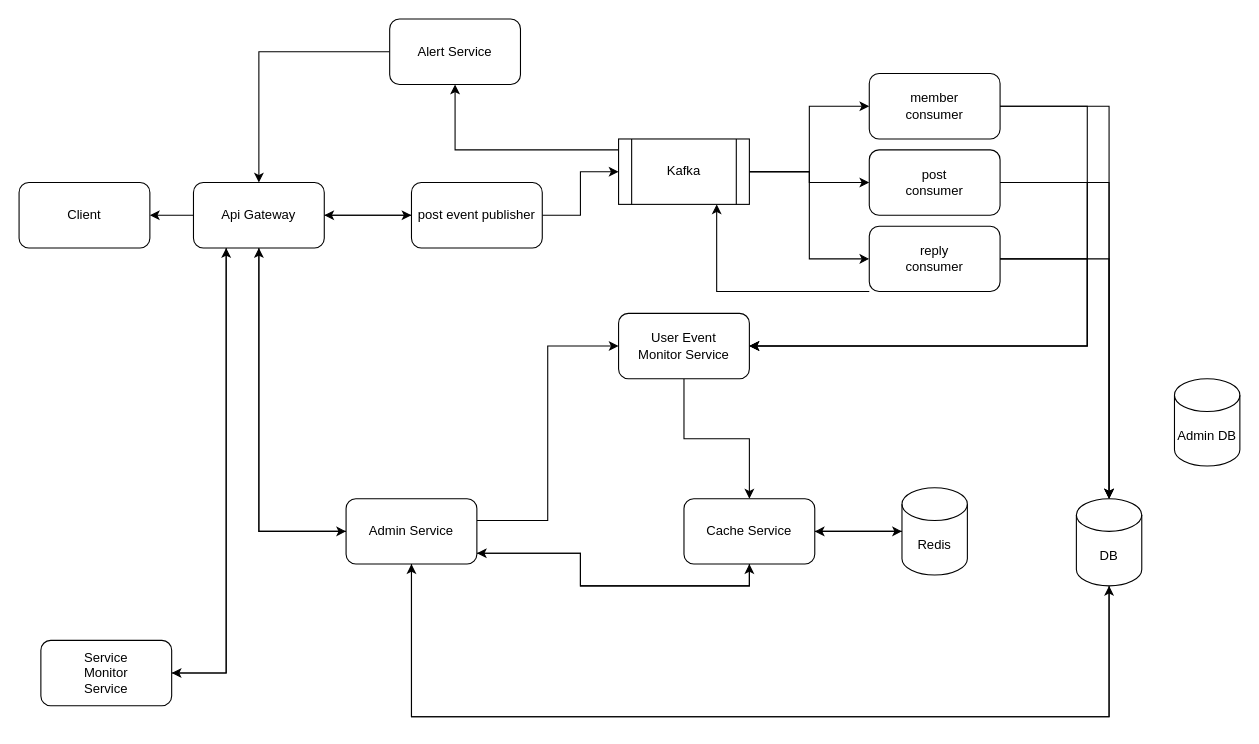
This is architecture.drawio from mothership2002/Doodle, a draw.io file, before an edit. Source tidied: cells renumbered, new cells numbered last; positions are measured from the earlier drawing's top-left corner, leaving out a move shared by most shapes. Both pictures are drawn from the tidied source at 109%, with x=0, y=0 at pixel (19, 19).
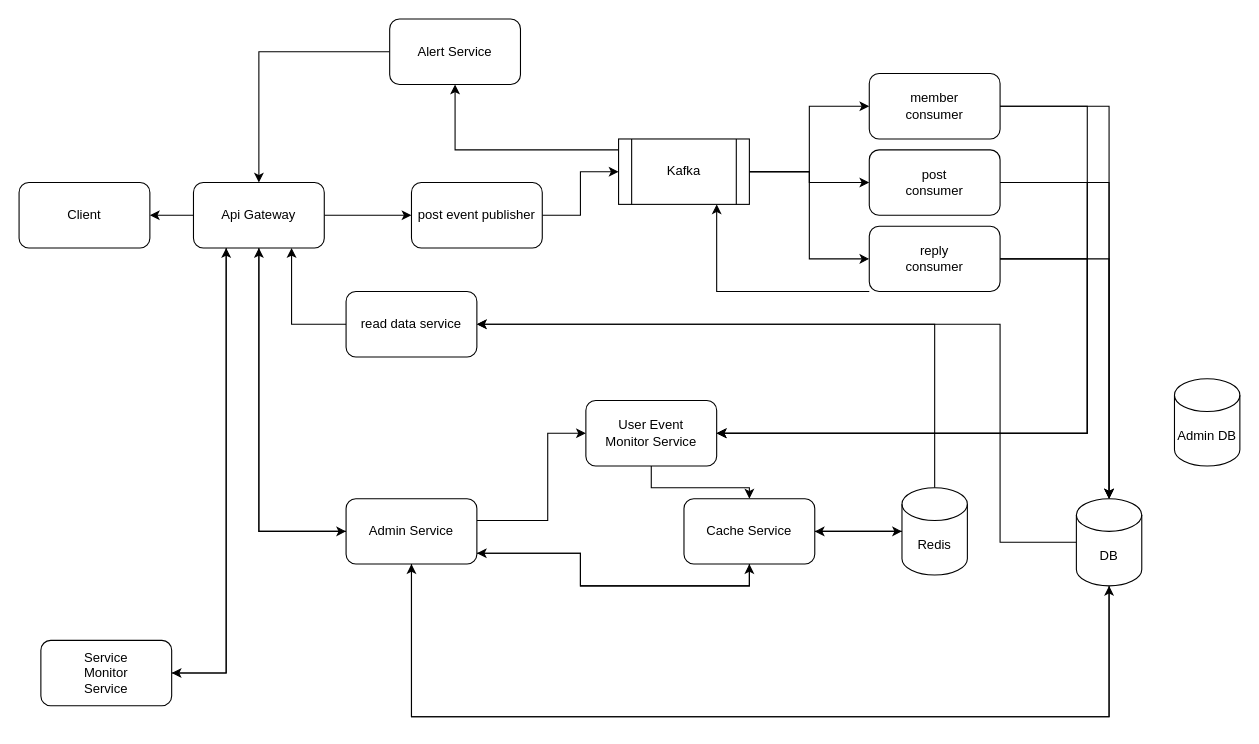
The same diagram, later.

The change refers to these unchanged cells:
```xml
<mxCell id="7" value="Api Gateway" style="rounded=1;whiteSpace=wrap;html=1;" parent="1" vertex="1">
  <mxGeometry x="160" y="150" width="120" height="60" as="geometry" />
</mxCell>
<mxCell id="9" value="DB" style="shape=cylinder3;whiteSpace=wrap;html=1;boundedLbl=1;backgroundOutline=1;size=15;" parent="1" vertex="1">
  <mxGeometry x="970" y="440" width="60" height="80" as="geometry" />
</mxCell>
<mxCell id="17" value="Admin Service" style="rounded=1;whiteSpace=wrap;html=1;" parent="1" vertex="1">
  <mxGeometry x="300" y="440" width="120" height="60" as="geometry" />
</mxCell>
<mxCell id="20" value="Redis" style="shape=cylinder3;whiteSpace=wrap;html=1;boundedLbl=1;backgroundOutline=1;size=15;" parent="1" vertex="1">
  <mxGeometry x="810" y="430" width="60" height="80" as="geometry" />
</mxCell>
<mxCell id="23" value="Cache Service" style="rounded=1;whiteSpace=wrap;html=1;" parent="1" vertex="1">
  <mxGeometry x="610" y="440" width="120" height="60" as="geometry" />
</mxCell>
<mxCell id="28" value="post event publisher" style="rounded=1;whiteSpace=wrap;html=1;" parent="1" vertex="1">
  <mxGeometry x="360" y="150" width="120" height="60" as="geometry" />
</mxCell>
<mxCell id="36" value="post&lt;br&gt;consumer" style="rounded=1;whiteSpace=wrap;html=1;" parent="1" vertex="1">
  <mxGeometry x="780" y="120" width="120" height="60" as="geometry" />
</mxCell>
<mxCell id="38" value="member&lt;br&gt;consumer" style="rounded=1;whiteSpace=wrap;html=1;" parent="1" vertex="1">
  <mxGeometry x="780" y="50" width="120" height="60" as="geometry" />
</mxCell>
<mxCell id="41" value="reply&lt;br&gt;consumer" style="rounded=1;whiteSpace=wrap;html=1;" parent="1" vertex="1">
  <mxGeometry x="780" y="190" width="120" height="60" as="geometry" />
</mxCell>
```

Diff of the diagram source:
```diff
@@
+    <mxCell id="45" style="edgeStyle=orthogonalEdgeStyle;rounded=0;jettySize=auto;html=1;entryX=1;entryY=0.5;entryDx=0;entryDy=0;" parent="1" edge="1" source="9" target="48">
+      <mxGeometry relative="1" as="geometry">
+        <Array as="points">
+          <mxPoint x="900" y="480" />
+          <mxPoint x="900" y="280" />
+        </Array>
+      </mxGeometry>
+    </mxCell>
@@
     <mxCell id="10" style="edgeStyle=orthogonalEdgeStyle;rounded=0;jettySize=auto;html=1;entryX=0.5;entryY=0;entryDx=0;entryDy=0;" parent="1" edge="1" source="11" target="23">
-      <mxGeometry relative="1" as="geometry" />
+      <mxGeometry relative="1" as="geometry">
+        <Array as="points">
+          <mxPoint x="580" y="430" />
+          <mxPoint x="670" y="430" />
+        </Array>
+      </mxGeometry>
     </mxCell>
     <mxCell id="11" value="User Event&lt;br&gt;Monitor Service" style="rounded=1;whiteSpace=wrap;html=1;" parent="1" vertex="1">
-      <mxGeometry x="550" y="270" width="120" height="60" as="geometry" />
+      <mxGeometry x="520" y="350" width="120" height="60" as="geometry" />
     </mxCell>
@@
     <mxCell id="16" style="edgeStyle=orthogonalEdgeStyle;rounded=0;jettySize=auto;html=1;entryX=0;entryY=0.5;entryDx=0;entryDy=0;" parent="1" edge="1" source="17" target="11">
       <mxGeometry relative="1" as="geometry">
         <Array as="points">
           <mxPoint x="485" y="460" />
-          <mxPoint x="485" y="300" />
+          <mxPoint x="485" y="380" />
         </Array>
       </mxGeometry>
     </mxCell>
@@
+    <mxCell id="46" style="edgeStyle=orthogonalEdgeStyle;rounded=0;jettySize=auto;html=1;entryX=1;entryY=0.5;entryDx=0;entryDy=0;" parent="1" edge="1" source="20" target="48">
+      <mxGeometry relative="1" as="geometry">
+        <Array as="points">
+          <mxPoint x="840" y="280" />
+        </Array>
+      </mxGeometry>
+    </mxCell>
@@
-    <mxCell id="26" style="edgeStyle=orthogonalEdgeStyle;rounded=0;jettySize=auto;html=1;entryX=1;entryY=0.5;entryDx=0;entryDy=0;" parent="1" edge="1" source="28" target="7">
-      <mxGeometry relative="1" as="geometry">
-        <Array as="points">
-          <mxPoint x="360" y="180" />
-        </Array>
-      </mxGeometry>
-    </mxCell>
@@
     <mxCell id="35" style="edgeStyle=orthogonalEdgeStyle;rounded=0;jettySize=auto;html=1;entryX=1;entryY=0.5;entryDx=0;entryDy=0;" parent="1" edge="1" source="36" target="11">
       <mxGeometry relative="1" as="geometry">
         <Array as="points">
           <mxPoint x="980" y="150" />
-          <mxPoint x="980" y="300" />
+          <mxPoint x="980" y="380" />
         </Array>
       </mxGeometry>
     </mxCell>
@@
     <mxCell id="37" style="edgeStyle=orthogonalEdgeStyle;rounded=0;jettySize=auto;html=1;entryX=1;entryY=0.5;entryDx=0;entryDy=0;" parent="1" edge="1" source="38" target="11">
       <mxGeometry relative="1" as="geometry">
         <Array as="points">
           <mxPoint x="980" y="80" />
-          <mxPoint x="980" y="300" />
+          <mxPoint x="980" y="380" />
         </Array>
       </mxGeometry>
     </mxCell>
@@
     <mxCell id="39" style="edgeStyle=orthogonalEdgeStyle;rounded=0;jettySize=auto;html=1;entryX=1;entryY=0.5;entryDx=0;entryDy=0;" parent="1" edge="1" source="41" target="11">
       <mxGeometry relative="1" as="geometry">
         <Array as="points">
           <mxPoint x="980" y="220" />
-          <mxPoint x="980" y="300" />
+          <mxPoint x="980" y="380" />
         </Array>
       </mxGeometry>
     </mxCell>
@@
+    <mxCell id="47" style="edgeStyle=orthogonalEdgeStyle;rounded=0;jettySize=auto;html=1;entryX=0.75;entryY=1;entryDx=0;entryDy=0;" parent="1" edge="1" source="48" target="7">
+      <mxGeometry relative="1" as="geometry" />
+    </mxCell>
+    <mxCell id="48" value="read data service" style="rounded=1;whiteSpace=wrap;html=1;" parent="1" vertex="1">
+      <mxGeometry x="300" y="250" width="120" height="60" as="geometry" />
+    </mxCell>
```
